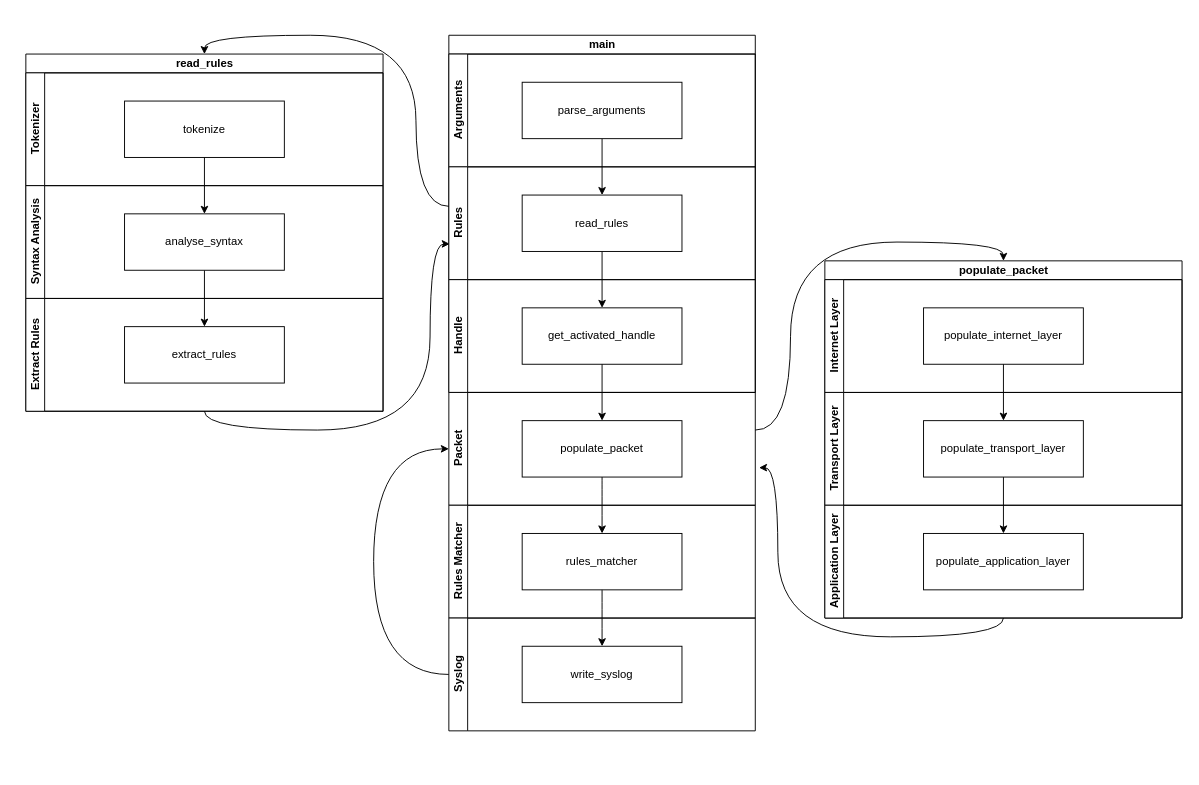
The draw.io diagram markdown-explanations/images/software-architecture.drawio in FlorianFichet/B2-IR209-IDS, before the edit. Source tidied: cells renumbered, new cells numbered last; positions are measured from the earlier drawing's top-left corner, leaving out a move shared by most shapes. Both pictures are drawn from the tidied source at 94%, with x=0, y=0 at pixel (25, 35).
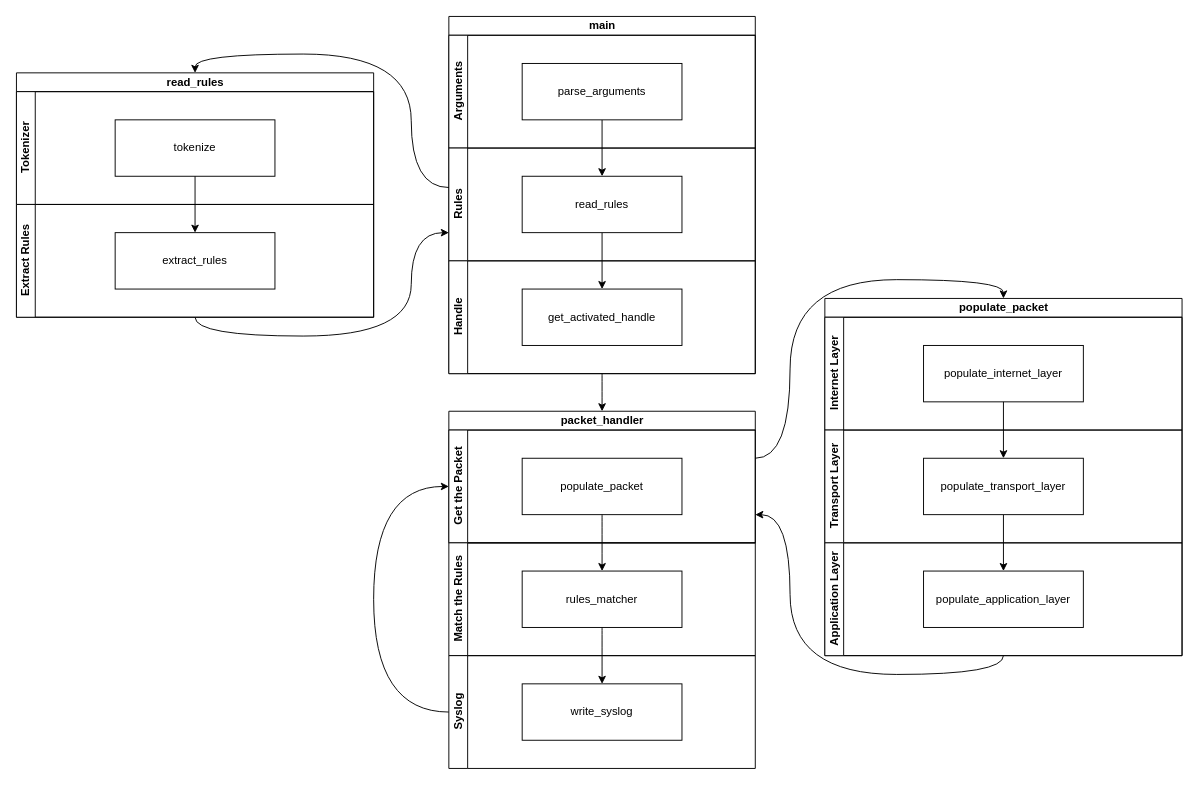
Above is the later version.

Commit message (it also covers changes not shown here):
remove 'syntax_analysis' from the project structure corrected the add the system architecture by adding the 'packet_handler' function and removing the notes from the markdown

The change refers to these unchanged cells:
```xml
<mxCell id="9" value="Application Layer" style="swimlane;html=1;startSize=20;horizontal=0;" parent="2" vertex="1">
  <mxGeometry y="260" width="380" height="120" as="geometry" />
</mxCell>
<mxCell id="14" value="tokenize" style="whiteSpace=wrap;html=1;align=center;newEdgeStyle={&quot;edgeStyle&quot;:&quot;elbowEdgeStyle&quot;,&quot;startArrow&quot;:&quot;none&quot;,&quot;endArrow&quot;:&quot;none&quot;};" parent="13" vertex="1" collapsed="1">
  <mxGeometry x="105" y="30" width="170" height="60" as="geometry" />
</mxCell>
<mxCell id="20" value="extract_rules" style="whiteSpace=wrap;html=1;align=center;newEdgeStyle={&quot;edgeStyle&quot;:&quot;elbowEdgeStyle&quot;,&quot;startArrow&quot;:&quot;none&quot;,&quot;endArrow&quot;:&quot;none&quot;};" parent="19" vertex="1">
  <mxGeometry x="105" y="30" width="170" height="60" as="geometry" />
</mxCell>
<mxCell id="26" value="Rules" style="swimlane;html=1;startSize=20;horizontal=0;" parent="21" vertex="1">
  <mxGeometry y="140" width="326" height="120" as="geometry" />
</mxCell>
<mxCell id="28" value="Handle" style="swimlane;html=1;startSize=20;horizontal=0;" parent="21" vertex="1">
  <mxGeometry y="260" width="326" height="120" as="geometry" />
</mxCell>
<mxCell id="29" value="get_activated_handle" style="whiteSpace=wrap;html=1;align=center;newEdgeStyle={&quot;edgeStyle&quot;:&quot;elbowEdgeStyle&quot;,&quot;startArrow&quot;:&quot;none&quot;,&quot;endArrow&quot;:&quot;none&quot;};" parent="28" vertex="1">
  <mxGeometry x="78" y="30" width="170" height="60" as="geometry" />
</mxCell>
```

What changed in the source:
```diff
@@
+    <mxCell id="43" style="edgeStyle=orthogonalEdgeStyle;curved=1;rounded=0;jettySize=auto;html=1;entryX=1;entryY=0.75;entryDx=0;entryDy=0;exitX=0.5;exitY=1;exitDx=0;exitDy=0;" parent="1" edge="1" source="9" target="45">
+      <mxGeometry relative="1" as="geometry" />
+    </mxCell>
     <mxCell id="2" value="populate_packet" style="swimlane;html=1;horizontal=1;startSize=20;" parent="1" vertex="1">
-      <mxGeometry x="850" y="240" width="380" height="380" as="geometry" />
+      <mxGeometry x="850" y="280" width="380" height="380" as="geometry" />
     </mxCell>
@@
-    <mxCell id="11" style="edgeStyle=orthogonalEdgeStyle;rounded=0;jettySize=auto;html=1;exitX=0.5;exitY=1;exitDx=0;exitDy=0;curved=1;entryX=0.003;entryY=0.683;entryDx=0;entryDy=0;entryPerimeter=0;" parent="1" edge="1" source="19" target="26">
-      <mxGeometry relative="1" as="geometry">
-        <Array as="points">
-          <mxPoint x="190" y="420" />
-          <mxPoint x="430" y="420" />
-          <mxPoint x="430" y="222" />
-        </Array>
-      </mxGeometry>
+    <mxCell id="11" style="edgeStyle=orthogonalEdgeStyle;curved=1;rounded=0;jettySize=auto;html=1;entryX=0;entryY=0.75;entryDx=0;entryDy=0;exitX=0.5;exitY=1;exitDx=0;exitDy=0;" parent="1" edge="1" source="19" target="26">
+      <mxGeometry relative="1" as="geometry" />
     </mxCell>
     <mxCell id="12" value="read_rules" style="swimlane;html=1;horizontal=1;startSize=20;" parent="1" vertex="1">
-      <mxGeometry y="20" width="380" height="380" as="geometry" />
+      <mxGeometry x="-10" y="40" width="380" height="260" as="geometry" />
     </mxCell>
@@
-    <mxCell id="15" style="edgeStyle=orthogonalEdgeStyle;rounded=0;jettySize=auto;html=1;entryX=0.5;entryY=0;entryDx=0;entryDy=0;" parent="12" edge="1" source="14" target="18">
-      <mxGeometry relative="1" as="geometry" />
+    <mxCell id="15" style="edgeStyle=orthogonalEdgeStyle;rounded=0;jettySize=auto;html=1;entryX=0.5;entryY=0;entryDx=0;entryDy=0;" parent="12" edge="1" source="14">
+      <mxGeometry relative="1" as="geometry">
+        <mxPoint x="190" y="170" as="targetPoint" />
+      </mxGeometry>
     </mxCell>
-    <mxCell id="16" style="edgeStyle=orthogonalEdgeStyle;rounded=0;jettySize=auto;html=1;entryX=0.5;entryY=0;entryDx=0;entryDy=0;" parent="12" edge="1" source="18" target="20">
-      <mxGeometry relative="1" as="geometry" />
-    </mxCell>
-    <mxCell id="17" value="Syntax Analysis" style="swimlane;html=1;startSize=20;horizontal=0;" parent="12" vertex="1">
-      <mxGeometry y="140" width="380" height="120" as="geometry" />
-    </mxCell>
-    <mxCell id="18" value="analyse_syntax" style="whiteSpace=wrap;html=1;align=center;newEdgeStyle={&quot;edgeStyle&quot;:&quot;elbowEdgeStyle&quot;,&quot;startArrow&quot;:&quot;none&quot;,&quot;endArrow&quot;:&quot;none&quot;};" parent="17" vertex="1">
-      <mxGeometry x="105" y="30" width="170" height="60" as="geometry" />
-    </mxCell>
     <mxCell id="19" value="Extract Rules" style="swimlane;html=1;startSize=20;horizontal=0;" parent="12" vertex="1">
-      <mxGeometry y="260" width="380" height="120" as="geometry" />
+      <mxGeometry y="140" width="380" height="120" as="geometry" />
     </mxCell>
@@
     <mxCell id="21" value="main" style="swimlane;html=1;horizontal=1;startSize=20;" parent="1" vertex="1">
-      <mxGeometry x="450" width="326" height="380" as="geometry" />
+      <mxGeometry x="450" y="-20" width="326" height="380" as="geometry" />
     </mxCell>
@@
-    <mxCell id="31" style="edgeStyle=orthogonalEdgeStyle;curved=1;rounded=0;jettySize=auto;html=1;entryX=0.5;entryY=0;entryDx=0;entryDy=0;" parent="1" edge="1" target="2">
-      <mxGeometry relative="1" as="geometry">
-        <mxPoint x="776" y="420" as="sourcePoint" />
-      </mxGeometry>
-    </mxCell>
-    <mxCell id="32" value="Packet" style="swimlane;html=1;startSize=20;horizontal=0;" parent="1" vertex="1">
-      <mxGeometry x="450" y="380" width="326" height="120" as="geometry" />
-    </mxCell>
+    <mxCell id="44" value="packet_handler" style="swimlane;html=1;horizontal=1;startSize=20;" parent="1" vertex="1">
+      <mxGeometry x="450" y="400" width="326" height="140" as="geometry" />
+    </mxCell>
+    <mxCell id="45" value="Get the Packet" style="swimlane;html=1;startSize=20;horizontal=0;" parent="44" vertex="1">
+      <mxGeometry y="20" width="326" height="120" as="geometry" />
+    </mxCell>
-    <mxCell id="33" value="populate_packet" style="whiteSpace=wrap;html=1;align=center;newEdgeStyle={&quot;edgeStyle&quot;:&quot;elbowEdgeStyle&quot;,&quot;startArrow&quot;:&quot;none&quot;,&quot;endArrow&quot;:&quot;none&quot;};" parent="32" vertex="1">
+    <mxCell id="33" value="populate_packet" style="whiteSpace=wrap;html=1;align=center;newEdgeStyle={&quot;edgeStyle&quot;:&quot;elbowEdgeStyle&quot;,&quot;startArrow&quot;:&quot;none&quot;,&quot;endArrow&quot;:&quot;none&quot;};" parent="45" vertex="1">
       <mxGeometry x="78" y="30" width="170" height="60" as="geometry" />
     </mxCell>
-    <mxCell id="34" style="edgeStyle=orthogonalEdgeStyle;rounded=0;jettySize=auto;html=1;entryX=0.5;entryY=0;entryDx=0;entryDy=0;" parent="1" edge="1" source="29" target="33">
-      <mxGeometry relative="1" as="geometry" />
-    </mxCell>
-    <mxCell id="35" style="edgeStyle=orthogonalEdgeStyle;curved=1;rounded=0;jettySize=auto;html=1;exitX=0.5;exitY=1;exitDx=0;exitDy=0;" parent="1" edge="1" source="9">
-      <mxGeometry relative="1" as="geometry">
-        <mxPoint x="780" y="460" as="targetPoint" />
-        <Array as="points">
-          <mxPoint x="1040" y="640" />
-          <mxPoint x="800" y="640" />
-          <mxPoint x="800" y="460" />
-        </Array>
-      </mxGeometry>
-    </mxCell>
-    <mxCell id="36" value="Rules Matcher" style="swimlane;html=1;startSize=20;horizontal=0;" parent="1" vertex="1">
-      <mxGeometry x="450" y="500" width="326" height="120" as="geometry" />
-    </mxCell>
+    <mxCell id="46" value="Match the Rules" style="swimlane;html=1;startSize=20;horizontal=0;" parent="1" vertex="1">
+      <mxGeometry x="450" y="540" width="326" height="120" as="geometry" />
+    </mxCell>
-    <mxCell id="37" value="rules_matcher" style="whiteSpace=wrap;html=1;align=center;newEdgeStyle={&quot;edgeStyle&quot;:&quot;elbowEdgeStyle&quot;,&quot;startArrow&quot;:&quot;none&quot;,&quot;endArrow&quot;:&quot;none&quot;};" parent="36" vertex="1">
+    <mxCell id="37" value="rules_matcher" style="whiteSpace=wrap;html=1;align=center;newEdgeStyle={&quot;edgeStyle&quot;:&quot;elbowEdgeStyle&quot;,&quot;startArrow&quot;:&quot;none&quot;,&quot;endArrow&quot;:&quot;none&quot;};" parent="46" vertex="1">
       <mxGeometry x="78" y="30" width="170" height="60" as="geometry" />
     </mxCell>
-    <mxCell id="38" style="edgeStyle=orthogonalEdgeStyle;curved=1;rounded=0;jettySize=auto;html=1;entryX=0.5;entryY=0;entryDx=0;entryDy=0;" parent="1" edge="1" source="33" target="37">
-      <mxGeometry relative="1" as="geometry" />
-    </mxCell>
-    <mxCell id="39" style="edgeStyle=orthogonalEdgeStyle;curved=1;rounded=0;jettySize=auto;html=1;entryX=0;entryY=0.5;entryDx=0;entryDy=0;exitX=0;exitY=0.5;exitDx=0;exitDy=0;" parent="1" edge="1" source="40" target="32">
-      <mxGeometry relative="1" as="geometry">
-        <Array as="points">
-          <mxPoint x="370" y="680" />
-          <mxPoint x="370" y="440" />
-        </Array>
-      </mxGeometry>
-    </mxCell>
+    <mxCell id="47" style="edgeStyle=orthogonalEdgeStyle;curved=1;rounded=0;jettySize=auto;html=1;entryX=0;entryY=0.5;entryDx=0;entryDy=0;exitX=0;exitY=0.5;exitDx=0;exitDy=0;" parent="1" edge="1" source="40" target="45">
+      <mxGeometry relative="1" as="geometry">
+        <Array as="points">
+          <mxPoint x="370" y="720" />
+          <mxPoint x="370" y="480" />
+        </Array>
+      </mxGeometry>
+    </mxCell>
     <mxCell id="40" value="Syslog" style="swimlane;html=1;startSize=20;horizontal=0;" parent="1" vertex="1">
-      <mxGeometry x="450" y="620" width="326" height="120" as="geometry" />
+      <mxGeometry x="450" y="660" width="326" height="120" as="geometry" />
     </mxCell>
@@
+    <mxCell id="38" style="edgeStyle=orthogonalEdgeStyle;curved=1;rounded=0;jettySize=auto;html=1;entryX=0.5;entryY=0;entryDx=0;entryDy=0;" parent="1" edge="1" source="33" target="37">
+      <mxGeometry relative="1" as="geometry" />
+    </mxCell>
@@
+    <mxCell id="48" style="edgeStyle=orthogonalEdgeStyle;curved=1;rounded=0;jettySize=auto;html=1;entryX=0.5;entryY=0;entryDx=0;entryDy=0;exitX=1;exitY=0.25;exitDx=0;exitDy=0;" parent="1" edge="1" source="45" target="2">
+      <mxGeometry relative="1" as="geometry" />
+    </mxCell>
+    <mxCell id="49" style="edgeStyle=orthogonalEdgeStyle;curved=1;rounded=0;jettySize=auto;html=1;" parent="1" edge="1" source="28" target="44">
+      <mxGeometry relative="1" as="geometry" />
+    </mxCell>
```
